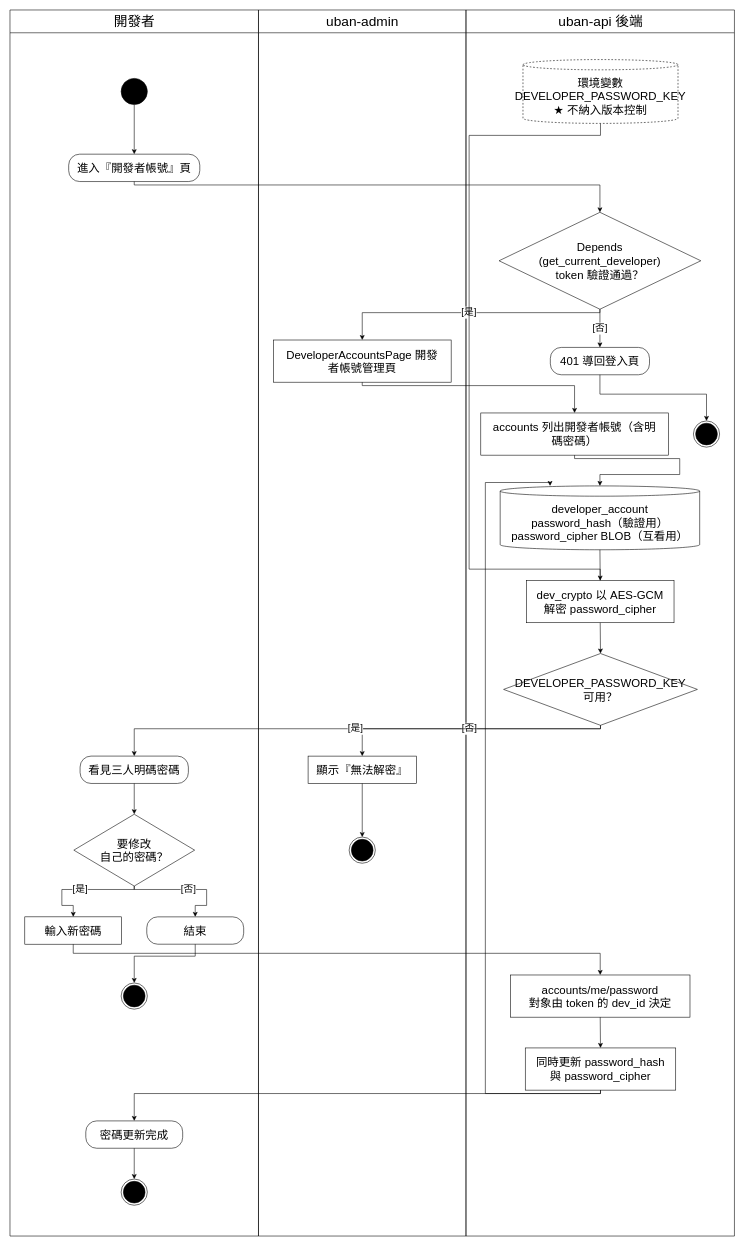
Before: Uban System Documents/drawio圖/A24-帳號安全管理.drawio in HuangYu-Kai/Uban, a draw.io diagram. Source tidied: cells renumbered, new cells numbered last; positions are measured from the earlier drawing's top-left corner, leaving out a move shared by most shapes. Both pictures are drawn from the tidied source at 57%, with x=0, y=0 at pixel (10, 10).
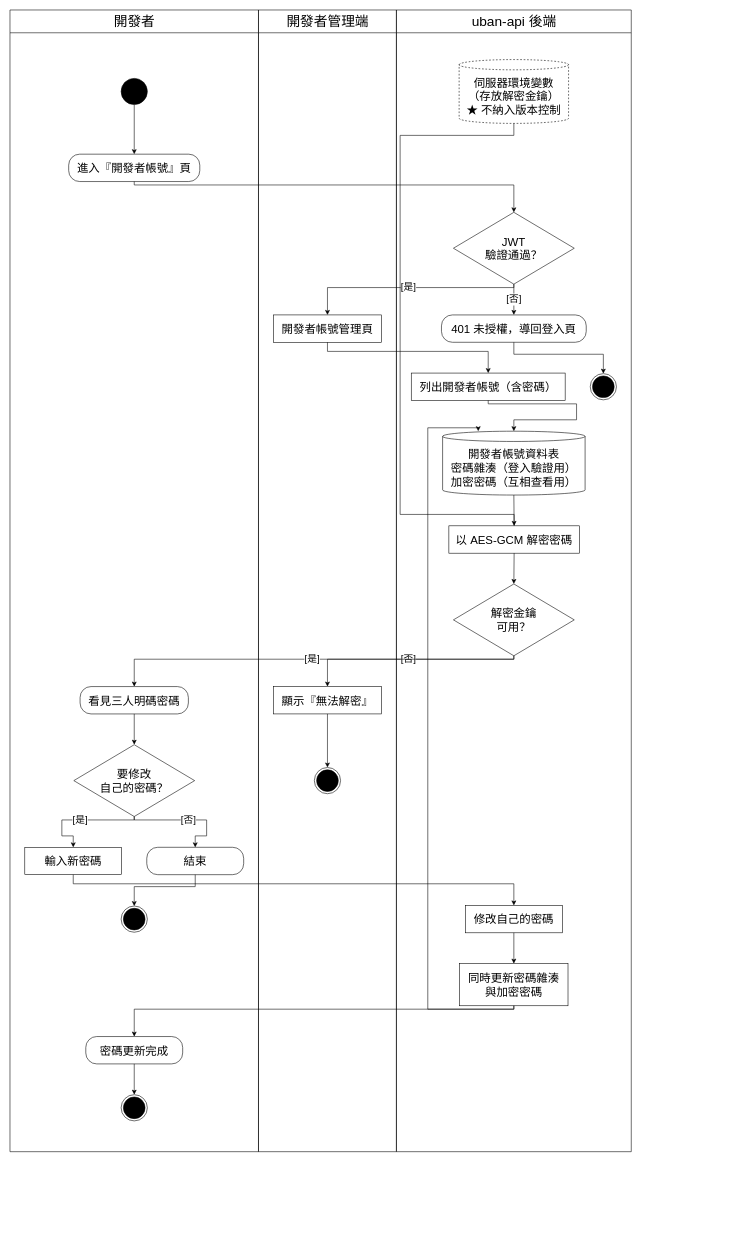
Above is the later version.

The change refers to these unchanged cells:
```xml
<mxCell id="6" value="進入『開發者帳號』頁" style="rounded=1;arcSize=40;whiteSpace=wrap;html=1;fillColor=#FFFFFF;strokeColor=#000000;fontSize=20;fontColor=#000000;" parent="2" vertex="1">
  <mxGeometry x="103" y="253" width="230" height="48" as="geometry" />
</mxCell>
```

Change to the diagram source:
```diff
@@
     <mxCell id="2" value="開發者" style="swimlane;html=1;horizontal=1;startSize=40;fillColor=none;strokeColor=#000000;fontSize=24;fontColor=#000000;fontStyle=0;swimlaneFillColor=none;" parent="1" vertex="1">
-      <mxGeometry width="436" height="2151" as="geometry" />
+      <mxGeometry width="436" height="2003" as="geometry" />
     </mxCell>
-    <mxCell id="3" value="uban-admin" style="swimlane;html=1;horizontal=1;startSize=40;fillColor=none;strokeColor=#000000;fontSize=24;fontColor=#000000;fontStyle=0;swimlaneFillColor=none;" parent="1" vertex="1">
-      <mxGeometry x="436" width="364" height="2151" as="geometry" />
+    <mxCell id="3" value="開發者管理端" style="swimlane;html=1;horizontal=1;startSize=40;fillColor=none;strokeColor=#000000;fontSize=24;fontColor=#000000;fontStyle=0;swimlaneFillColor=none;" parent="1" vertex="1">
+      <mxGeometry x="436" width="242" height="2003" as="geometry" />
     </mxCell>
     <mxCell id="4" value="uban-api 後端" style="swimlane;html=1;horizontal=1;startSize=40;fillColor=none;strokeColor=#000000;fontSize=24;fontColor=#000000;fontStyle=0;swimlaneFillColor=none;" parent="1" vertex="1">
-      <mxGeometry x="800" width="471" height="2151" as="geometry" />
+      <mxGeometry x="678" width="412" height="2003" as="geometry" />
     </mxCell>
@@
     <mxCell id="7" value="看見三人明碼密碼" style="rounded=1;arcSize=40;whiteSpace=wrap;html=1;fillColor=#FFFFFF;strokeColor=#000000;fontSize=20;fontColor=#000000;" parent="2" vertex="1">
-      <mxGeometry x="123" y="1309" width="190" height="48" as="geometry" />
+      <mxGeometry x="123" y="1187" width="190" height="48" as="geometry" />
     </mxCell>
     <mxCell id="8" value="要修改&lt;br&gt;自己的密碼？" style="rhombus;whiteSpace=wrap;html=1;fillColor=#FFFFFF;strokeColor=#000000;fontSize=20;fontColor=#000000;" parent="2" vertex="1">
-      <mxGeometry x="112" y="1411" width="212" height="126" as="geometry" />
+      <mxGeometry x="112" y="1289" width="212" height="126" as="geometry" />
     </mxCell>
     <mxCell id="9" value="輸入新密碼" style="rounded=0;whiteSpace=wrap;html=1;fillColor=#FFFFFF;strokeColor=#000000;fontSize=20;fontColor=#000000;" parent="2" vertex="1">
-      <mxGeometry x="26" y="1591" width="170" height="48" as="geometry" />
+      <mxGeometry x="26" y="1469" width="170" height="48" as="geometry" />
     </mxCell>
     <mxCell id="10" value="密碼更新完成" style="rounded=1;arcSize=40;whiteSpace=wrap;html=1;fillColor=#FFFFFF;strokeColor=#000000;fontSize=20;fontColor=#000000;" parent="2" vertex="1">
-      <mxGeometry x="133" y="1949" width="170" height="48" as="geometry" />
+      <mxGeometry x="133" y="1801" width="170" height="48" as="geometry" />
     </mxCell>
     <mxCell id="11" style="ellipse;html=1;shape=endState;fillColor=#000000;strokeColor=#000000;" parent="2" vertex="1">
-      <mxGeometry x="195" y="2051" width="46" height="46" as="geometry" />
+      <mxGeometry x="195" y="1903" width="46" height="46" as="geometry" />
     </mxCell>
     <mxCell id="12" value="結束" style="rounded=1;arcSize=40;whiteSpace=wrap;html=1;fillColor=#FFFFFF;strokeColor=#000000;fontSize=20;fontColor=#000000;" parent="2" vertex="1">
-      <mxGeometry x="240" y="1591" width="170" height="48" as="geometry" />
+      <mxGeometry x="240" y="1469" width="170" height="48" as="geometry" />
     </mxCell>
     <mxCell id="13" style="ellipse;html=1;shape=endState;fillColor=#000000;strokeColor=#000000;" parent="2" vertex="1">
-      <mxGeometry x="195" y="1707" width="46" height="46" as="geometry" />
+      <mxGeometry x="195" y="1572" width="46" height="46" as="geometry" />
     </mxCell>
-    <mxCell id="14" value="DeveloperAccountsPage 開發&lt;br&gt;者帳號管理頁" style="rounded=0;whiteSpace=wrap;html=1;fillColor=#FFFFFF;strokeColor=#000000;fontSize=20;fontColor=#000000;" parent="3" vertex="1">
-      <mxGeometry x="26" y="579" width="312" height="74" as="geometry" />
+    <mxCell id="14" value="開發者帳號管理頁" style="rounded=0;whiteSpace=wrap;html=1;fillColor=#FFFFFF;strokeColor=#000000;fontSize=20;fontColor=#000000;" parent="3" vertex="1">
+      <mxGeometry x="26" y="535" width="190" height="48" as="geometry" />
     </mxCell>
     <mxCell id="15" value="顯示『無法解密』" style="rounded=0;whiteSpace=wrap;html=1;fillColor=#FFFFFF;strokeColor=#000000;fontSize=20;fontColor=#000000;" parent="3" vertex="1">
-      <mxGeometry x="87" y="1309" width="190" height="48" as="geometry" />
+      <mxGeometry x="26" y="1187" width="190" height="48" as="geometry" />
     </mxCell>
     <mxCell id="16" style="ellipse;html=1;shape=endState;fillColor=#000000;strokeColor=#000000;" parent="3" vertex="1">
-      <mxGeometry x="159" y="1451" width="46" height="46" as="geometry" />
+      <mxGeometry x="98" y="1329" width="46" height="46" as="geometry" />
     </mxCell>
-    <mxCell id="17" value="Depends&lt;br&gt;(get_current_developer)&lt;br&gt;token 驗證通過？" style="rhombus;whiteSpace=wrap;html=1;fillColor=#FFFFFF;strokeColor=#000000;fontSize=20;fontColor=#000000;" parent="4" vertex="1">
-      <mxGeometry x="58" y="355" width="354" height="170" as="geometry" />
+    <mxCell id="17" value="JWT&lt;br&gt;驗證通過？" style="rhombus;whiteSpace=wrap;html=1;fillColor=#FFFFFF;strokeColor=#000000;fontSize=20;fontColor=#000000;" parent="4" vertex="1">
+      <mxGeometry x="100" y="355" width="212" height="126" as="geometry" />
     </mxCell>
-    <mxCell id="18" value="accounts 列出開發者帳號（含明&lt;br&gt;碼密碼）" style="rounded=0;whiteSpace=wrap;html=1;fillColor=#FFFFFF;strokeColor=#000000;fontSize=20;fontColor=#000000;" parent="4" vertex="1">
-      <mxGeometry x="26" y="707" width="329" height="74" as="geometry" />
+    <mxCell id="18" value="列出開發者帳號（含密碼）" style="rounded=0;whiteSpace=wrap;html=1;fillColor=#FFFFFF;strokeColor=#000000;fontSize=20;fontColor=#000000;" parent="4" vertex="1">
+      <mxGeometry x="26" y="637" width="270" height="48" as="geometry" />
     </mxCell>
-    <mxCell id="19" value="dev_crypto 以 AES-GCM&lt;br&gt;解密 password_cipher" style="rounded=0;whiteSpace=wrap;html=1;fillColor=#FFFFFF;strokeColor=#000000;fontSize=20;fontColor=#000000;" parent="4" vertex="1">
-      <mxGeometry x="106" y="1001" width="259" height="74" as="geometry" />
+    <mxCell id="19" value="以 AES-GCM 解密密碼" style="rounded=0;whiteSpace=wrap;html=1;fillColor=#FFFFFF;strokeColor=#000000;fontSize=20;fontColor=#000000;" parent="4" vertex="1">
+      <mxGeometry x="92" y="905" width="229" height="48" as="geometry" />
     </mxCell>
-    <mxCell id="20" value="DEVELOPER_PASSWORD_KEY&lt;br&gt;可用？" style="rhombus;whiteSpace=wrap;html=1;fillColor=#FFFFFF;strokeColor=#000000;fontSize=20;fontColor=#000000;" parent="4" vertex="1">
-      <mxGeometry x="66" y="1129" width="340" height="126" as="geometry" />
+    <mxCell id="20" value="解密金鑰&lt;br&gt;可用？" style="rhombus;whiteSpace=wrap;html=1;fillColor=#FFFFFF;strokeColor=#000000;fontSize=20;fontColor=#000000;" parent="4" vertex="1">
+      <mxGeometry x="100" y="1007" width="212" height="126" as="geometry" />
     </mxCell>
-    <mxCell id="21" value="accounts/me/password&lt;br&gt;對象由 token 的 dev_id 決定" style="rounded=0;whiteSpace=wrap;html=1;fillColor=#FFFFFF;strokeColor=#000000;fontSize=20;fontColor=#000000;" parent="4" vertex="1">
-      <mxGeometry x="78" y="1693" width="315" height="74" as="geometry" />
+    <mxCell id="21" value="修改自己的密碼" style="rounded=0;whiteSpace=wrap;html=1;fillColor=#FFFFFF;strokeColor=#000000;fontSize=20;fontColor=#000000;" parent="4" vertex="1">
+      <mxGeometry x="121" y="1571" width="170" height="48" as="geometry" />
     </mxCell>
-    <mxCell id="22" value="同時更新 password_hash&lt;br&gt;與 password_cipher" style="rounded=0;whiteSpace=wrap;html=1;fillColor=#FFFFFF;strokeColor=#000000;fontSize=20;fontColor=#000000;" parent="4" vertex="1">
-      <mxGeometry x="104" y="1821" width="264" height="74" as="geometry" />
+    <mxCell id="22" value="同時更新密碼雜湊&lt;br&gt;與加密密碼" style="rounded=0;whiteSpace=wrap;html=1;fillColor=#FFFFFF;strokeColor=#000000;fontSize=20;fontColor=#000000;" parent="4" vertex="1">
+      <mxGeometry x="111" y="1673" width="190" height="74" as="geometry" />
     </mxCell>
-    <mxCell id="23" value="developer_account&lt;br&gt;password_hash（驗證用）&lt;br&gt;password_cipher BLOB（互看用）" style="shape=cylinder3;boundedLbl=1;backgroundOutline=1;size=9;whiteSpace=wrap;html=1;fillColor=#FFFFFF;strokeColor=#000000;fontSize=20;fontColor=#000000;" parent="4" vertex="1">
-      <mxGeometry x="60" y="835" width="350" height="112" as="geometry" />
+    <mxCell id="23" value="開發者帳號資料表&lt;br&gt;密碼雜湊（登入驗證用）&lt;br&gt;加密密碼（互相查看用）" style="shape=cylinder3;boundedLbl=1;backgroundOutline=1;size=9;whiteSpace=wrap;html=1;fillColor=#FFFFFF;strokeColor=#000000;fontSize=20;fontColor=#000000;" parent="4" vertex="1">
+      <mxGeometry x="81" y="739" width="250" height="112" as="geometry" />
     </mxCell>
-    <mxCell id="24" value="環境變數&lt;br&gt;DEVELOPER_PASSWORD_KEY&lt;br&gt;★ 不納入版本控制" style="shape=cylinder3;boundedLbl=1;backgroundOutline=1;size=9;whiteSpace=wrap;html=1;fillColor=#FFFFFF;strokeColor=#000000;fontSize=20;fontColor=#000000;dashed=1;" parent="4" vertex="1">
-      <mxGeometry x="100" y="87" width="272" height="112" as="geometry" />
+    <mxCell id="24" value="伺服器環境變數&lt;br&gt;（存放解密金鑰）&lt;br&gt;★ 不納入版本控制" style="shape=cylinder3;boundedLbl=1;backgroundOutline=1;size=9;whiteSpace=wrap;html=1;fillColor=#FFFFFF;strokeColor=#000000;fontSize=20;fontColor=#000000;dashed=1;" parent="4" vertex="1">
+      <mxGeometry x="110" y="87" width="192" height="112" as="geometry" />
     </mxCell>
-    <mxCell id="25" value="401 導回登入頁" style="rounded=1;arcSize=40;whiteSpace=wrap;html=1;fillColor=#FFFFFF;strokeColor=#000000;fontSize=20;fontColor=#000000;" parent="4" vertex="1">
-      <mxGeometry x="148" y="592" width="174" height="48" as="geometry" />
+    <mxCell id="25" value="401 未授權，導回登入頁" style="rounded=1;arcSize=40;whiteSpace=wrap;html=1;fillColor=#FFFFFF;strokeColor=#000000;fontSize=20;fontColor=#000000;" parent="4" vertex="1">
+      <mxGeometry x="79" y="535" width="254" height="48" as="geometry" />
     </mxCell>
     <mxCell id="26" style="ellipse;html=1;shape=endState;fillColor=#000000;strokeColor=#000000;" parent="4" vertex="1">
-      <mxGeometry x="399" y="721" width="46" height="46" as="geometry" />
+      <mxGeometry x="340" y="638" width="46" height="46" as="geometry" />
     </mxCell>
@@
     <mxCell id="28" style="edgeStyle=none;rounded=0;html=1;strokeColor=#000000;fontSize=17;fontColor=#000000;labelBackgroundColor=#FFFFFF;endArrow=classic;endFill=1;exitPerimeter=0;entryPerimeter=0;exitX=0.5;exitY=1;exitDx=0;exitDy=0;entryX=0.5;entryY=0;entryDx=0;entryDy=0;" parent="1" edge="1" source="6" target="17">
       <mxGeometry relative="1" as="geometry">
         <Array as="points">
           <mxPoint x="218" y="307" />
-          <mxPoint x="1035" y="307" />
+          <mxPoint x="884" y="307" />
         </Array>
       </mxGeometry>
     </mxCell>
@@
     <mxCell id="30" value="[是]" style="edgeStyle=none;rounded=0;html=1;strokeColor=#000000;fontSize=17;fontColor=#000000;labelBackgroundColor=#FFFFFF;endArrow=classic;endFill=1;exitPerimeter=0;entryPerimeter=0;exitX=0.5;exitY=1;exitDx=0;exitDy=0;entryX=0.5;entryY=0;entryDx=0;entryDy=0;" parent="1" edge="1" source="17" target="14">
       <mxGeometry relative="1" as="geometry">
         <Array as="points">
-          <mxPoint x="1035" y="531" />
-          <mxPoint x="618" y="531" />
+          <mxPoint x="884" y="487" />
+          <mxPoint x="557" y="487" />
         </Array>
       </mxGeometry>
     </mxCell>
     <mxCell id="31" style="edgeStyle=none;rounded=0;html=1;strokeColor=#000000;fontSize=17;fontColor=#000000;labelBackgroundColor=#FFFFFF;endArrow=classic;endFill=1;exitPerimeter=0;entryPerimeter=0;exitX=0.5;exitY=1;exitDx=0;exitDy=0;entryX=0.5;entryY=0;entryDx=0;entryDy=0;" parent="1" edge="1" source="14" target="18">
       <mxGeometry relative="1" as="geometry">
         <Array as="points">
-          <mxPoint x="618" y="659" />
-          <mxPoint x="990.5" y="659" />
+          <mxPoint x="557" y="599" />
+          <mxPoint x="839" y="599" />
         </Array>
       </mxGeometry>
     </mxCell>
     <mxCell id="32" style="edgeStyle=none;rounded=0;html=1;strokeColor=#000000;fontSize=17;fontColor=#000000;labelBackgroundColor=#FFFFFF;endArrow=classic;endFill=1;exitPerimeter=0;entryPerimeter=0;exitX=0.5;exitY=1;exitDx=0;exitDy=0;entryX=0.5;entryY=0;entryDx=0;entryDy=0;" parent="1" edge="1" source="18" target="23">
       <mxGeometry relative="1" as="geometry">
         <Array as="points">
-          <mxPoint x="990.5" y="787" />
-          <mxPoint x="1175" y="787" />
-          <mxPoint x="1175" y="815" />
-          <mxPoint x="1035" y="815" />
+          <mxPoint x="839" y="691" />
+          <mxPoint x="994" y="691" />
+          <mxPoint x="994" y="719" />
+          <mxPoint x="884" y="719" />
         </Array>
       </mxGeometry>
     </mxCell>
@@
     <mxCell id="34" style="edgeStyle=none;rounded=0;html=1;strokeColor=#000000;fontSize=17;fontColor=#000000;labelBackgroundColor=#FFFFFF;endArrow=none;endFill=1;exitPerimeter=0;entryPerimeter=0;exitX=0.5;exitY=1;exitDx=0;exitDy=0;entryX=0.5;entryY=0;entryDx=0;entryDy=0;" parent="1" edge="1" source="24" target="19">
       <mxGeometry relative="1" as="geometry">
         <Array as="points">
-          <mxPoint x="1036" y="220" />
-          <mxPoint x="805.5" y="220" />
-          <mxPoint x="805.5" y="981" />
-          <mxPoint x="1035.5" y="981" />
+          <mxPoint x="884" y="220" />
+          <mxPoint x="684.5" y="220" />
+          <mxPoint x="684.5" y="885" />
+          <mxPoint x="884.5" y="885" />
         </Array>
       </mxGeometry>
     </mxCell>
@@
     <mxCell id="36" value="[否]" style="edgeStyle=none;rounded=0;html=1;strokeColor=#000000;fontSize=17;fontColor=#000000;labelBackgroundColor=#FFFFFF;endArrow=classic;endFill=1;exitPerimeter=0;entryPerimeter=0;exitX=0.5;exitY=1;exitDx=0;exitDy=0;entryX=0.5;entryY=0;entryDx=0;entryDy=0;" parent="1" edge="1" source="20" target="15">
       <mxGeometry relative="1" as="geometry">
         <Array as="points">
-          <mxPoint x="1036" y="1261" />
-          <mxPoint x="618" y="1261" />
+          <mxPoint x="884" y="1139" />
+          <mxPoint x="557" y="1139" />
         </Array>
       </mxGeometry>
     </mxCell>
     <mxCell id="37" value="[是]" style="edgeStyle=none;rounded=0;html=1;strokeColor=#000000;fontSize=17;fontColor=#000000;labelBackgroundColor=#FFFFFF;endArrow=classic;endFill=1;exitPerimeter=0;entryPerimeter=0;exitX=0.5;exitY=1;exitDx=0;exitDy=0;entryX=0.5;entryY=0;entryDx=0;entryDy=0;" parent="1" edge="1" source="20" target="7">
       <mxGeometry relative="1" as="geometry">
         <Array as="points">
-          <mxPoint x="1036" y="1261" />
-          <mxPoint x="218" y="1261" />
+          <mxPoint x="884" y="1139" />
+          <mxPoint x="218" y="1139" />
         </Array>
       </mxGeometry>
     </mxCell>
@@
     <mxCell id="39" value="[否]" style="edgeStyle=none;rounded=0;html=1;strokeColor=#000000;fontSize=17;fontColor=#000000;labelBackgroundColor=#FFFFFF;endArrow=classic;endFill=1;exitPerimeter=0;entryPerimeter=0;exitX=0.5;exitY=1;exitDx=0;exitDy=0;entryX=0.5;entryY=0;entryDx=0;entryDy=0;" parent="1" edge="1" source="8" target="12">
       <mxGeometry relative="1" as="geometry">
         <Array as="points">
-          <mxPoint x="218" y="1543" />
-          <mxPoint x="345" y="1543" />
-          <mxPoint x="345" y="1571" />
-          <mxPoint x="325" y="1571" />
+          <mxPoint x="218" y="1421" />
+          <mxPoint x="345" y="1421" />
+          <mxPoint x="345" y="1449" />
+          <mxPoint x="325" y="1449" />
         </Array>
       </mxGeometry>
     </mxCell>
     <mxCell id="40" value="[是]" style="edgeStyle=none;rounded=0;html=1;strokeColor=#000000;fontSize=17;fontColor=#000000;labelBackgroundColor=#FFFFFF;endArrow=classic;endFill=1;exitPerimeter=0;entryPerimeter=0;exitX=0.5;exitY=1;exitDx=0;exitDy=0;entryX=0.5;entryY=0;entryDx=0;entryDy=0;" parent="1" edge="1" source="8" target="9">
       <mxGeometry relative="1" as="geometry">
         <Array as="points">
-          <mxPoint x="218" y="1543" />
-          <mxPoint x="91" y="1543" />
-          <mxPoint x="91" y="1571" />
-          <mxPoint x="111" y="1571" />
+          <mxPoint x="218" y="1421" />
+          <mxPoint x="91" y="1421" />
+          <mxPoint x="91" y="1449" />
+          <mxPoint x="111" y="1449" />
         </Array>
       </mxGeometry>
     </mxCell>
     <mxCell id="41" style="edgeStyle=none;rounded=0;html=1;strokeColor=#000000;fontSize=17;fontColor=#000000;labelBackgroundColor=#FFFFFF;endArrow=classic;endFill=1;exitPerimeter=0;entryPerimeter=0;exitX=0.5;exitY=1;exitDx=0;exitDy=0;entryX=0.5;entryY=0;entryDx=0;entryDy=0;" parent="1" edge="1" source="9" target="21">
       <mxGeometry relative="1" as="geometry">
         <Array as="points">
-          <mxPoint x="111" y="1655" />
-          <mxPoint x="1035.5" y="1655" />
+          <mxPoint x="111" y="1533" />
+          <mxPoint x="884" y="1533" />
         </Array>
       </mxGeometry>
     </mxCell>
@@
     <mxCell id="43" style="edgeStyle=none;rounded=0;html=1;strokeColor=#000000;fontSize=17;fontColor=#000000;labelBackgroundColor=#FFFFFF;endArrow=classic;endFill=1;exitPerimeter=0;entryPerimeter=0;exitX=0.5;exitY=1;exitDx=0;exitDy=0;entryX=0.25;entryY=0;entryDx=0;entryDy=0;" parent="1" edge="1" source="22" target="23">
       <mxGeometry relative="1" as="geometry">
         <Array as="points">
-          <mxPoint x="1036" y="1901" />
-          <mxPoint x="834" y="1901" />
-          <mxPoint x="834" y="829" />
-          <mxPoint x="947.5" y="829" />
+          <mxPoint x="884" y="1753" />
+          <mxPoint x="733" y="1753" />
+          <mxPoint x="733" y="733" />
+          <mxPoint x="821.5" y="733" />
         </Array>
       </mxGeometry>
     </mxCell>
     <mxCell id="44" style="edgeStyle=none;rounded=0;html=1;strokeColor=#000000;fontSize=17;fontColor=#000000;labelBackgroundColor=#FFFFFF;endArrow=classic;endFill=1;exitPerimeter=0;entryPerimeter=0;exitX=0.5;exitY=1;exitDx=0;exitDy=0;entryX=0.5;entryY=0;entryDx=0;entryDy=0;" parent="1" edge="1" source="22" target="10">
       <mxGeometry relative="1" as="geometry">
         <Array as="points">
-          <mxPoint x="1036" y="1901" />
-          <mxPoint x="218" y="1901" />
+          <mxPoint x="884" y="1753" />
+          <mxPoint x="218" y="1753" />
         </Array>
       </mxGeometry>
     </mxCell>
@@
     <mxCell id="46" style="edgeStyle=none;rounded=0;html=1;strokeColor=#000000;fontSize=17;fontColor=#000000;labelBackgroundColor=#FFFFFF;endArrow=classic;endFill=1;exitPerimeter=0;entryPerimeter=0;exitX=0.5;exitY=1;exitDx=0;exitDy=0;entryX=0.5;entryY=0;entryDx=0;entryDy=0;" parent="1" edge="1" source="12" target="13">
       <mxGeometry relative="1" as="geometry">
         <Array as="points">
-          <mxPoint x="325" y="1660" />
-          <mxPoint x="218" y="1660" />
+          <mxPoint x="325" y="1538" />
+          <mxPoint x="218" y="1538" />
         </Array>
       </mxGeometry>
     </mxCell>
@@
     <mxCell id="48" style="edgeStyle=none;rounded=0;html=1;strokeColor=#000000;fontSize=17;fontColor=#000000;labelBackgroundColor=#FFFFFF;endArrow=classic;endFill=1;exitPerimeter=0;entryPerimeter=0;exitX=0.5;exitY=1;exitDx=0;exitDy=0;entryX=0.5;entryY=0;entryDx=0;entryDy=0;" parent="1" edge="1" source="25" target="26">
       <mxGeometry relative="1" as="geometry">
         <Array as="points">
-          <mxPoint x="1035" y="674" />
-          <mxPoint x="1222" y="674" />
+          <mxPoint x="884" y="604" />
+          <mxPoint x="1041" y="604" />
         </Array>
       </mxGeometry>
     </mxCell>
```
